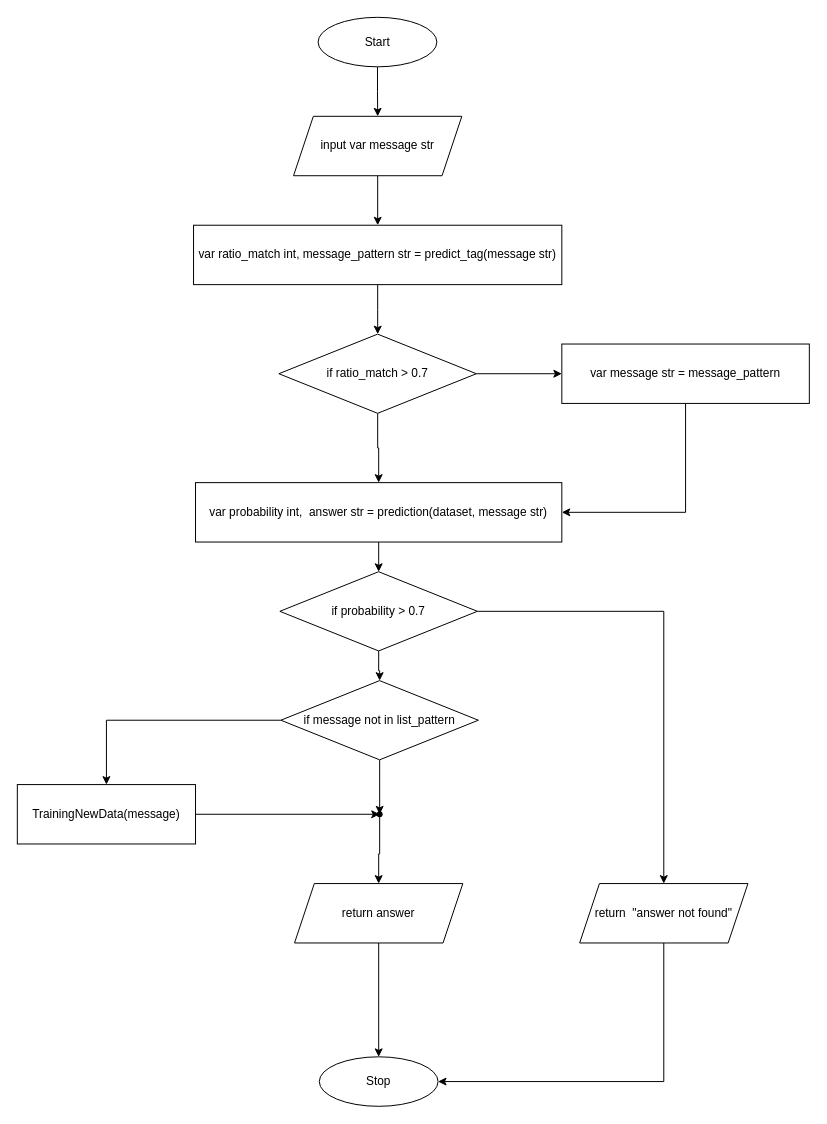
alipbudiman/asset keeps this draw.io diagram as page "Halaman-2" (2 of 2) of Diagram Tanpa Judul.drawio. Above is the earlier version. Source tidied: cells renumbered, new cells numbered last; positions are measured from the earlier drawing's top-left corner, leaving out a move shared by most shapes. Both pictures are drawn from the tidied source at 99%, with x=0, y=0 at pixel (17, 17).
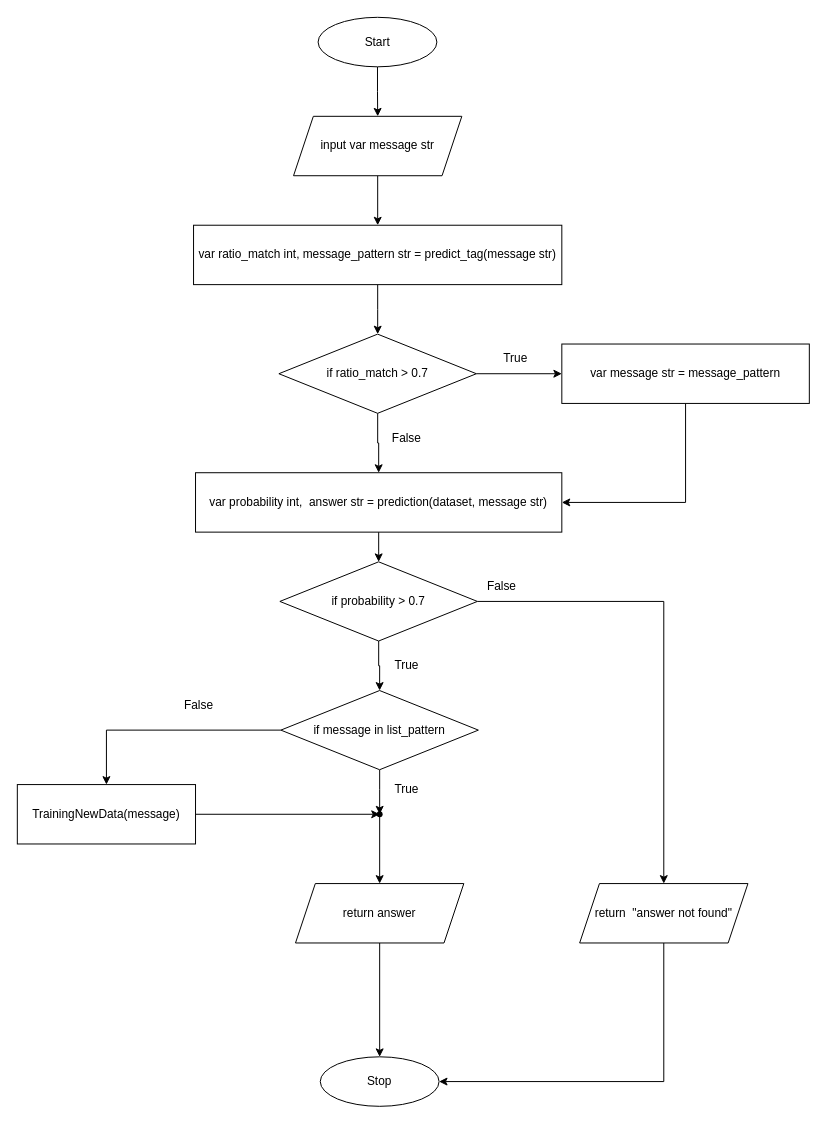
Above is the later version.

Commit message:
Pemutakhiran Diagram Tanpa Judul2.drawio

Diff of the diagram source:
```diff
@@
     <mxCell id="12" value="var probability int,&amp;nbsp; answer str = prediction(dataset, message str)" style="rounded=0;whiteSpace=wrap;html=1;" parent="1" vertex="1">
-      <mxGeometry x="180" y="470" width="370" height="60" as="geometry" />
+      <mxGeometry x="180" y="460" width="370" height="60" as="geometry" />
     </mxCell>
@@
     <mxCell id="15" value="if probability &amp;gt; 0.7" style="rhombus;whiteSpace=wrap;html=1;" parent="1" vertex="1">
-      <mxGeometry x="265.2" y="560" width="199.5" height="80" as="geometry" />
+      <mxGeometry x="265.2" y="550" width="199.5" height="80" as="geometry" />
     </mxCell>
@@
-    <mxCell id="18" value="if message not in list_pattern" style="rhombus;whiteSpace=wrap;html=1;" parent="1" vertex="1">
-      <mxGeometry x="266.2" y="670" width="199.5" height="80" as="geometry" />
+    <mxCell id="18" value="if message in list_pattern" style="rhombus;whiteSpace=wrap;html=1;" parent="1" vertex="1">
+      <mxGeometry x="266.2" y="680" width="199.5" height="80" as="geometry" />
     </mxCell>
@@
     <mxCell id="20" value="return answer" style="shape=parallelogram;perimeter=parallelogramPerimeter;whiteSpace=wrap;html=1;fixedSize=1;" parent="1" vertex="1">
-      <mxGeometry x="280" y="875" width="170" height="60" as="geometry" />
+      <mxGeometry x="281" y="875" width="170" height="60" as="geometry" />
     </mxCell>
@@
     <mxCell id="29" value="Stop" style="ellipse;whiteSpace=wrap;html=1;" parent="1" vertex="1">
-      <mxGeometry x="305" y="1050" width="120" height="50" as="geometry" />
+      <mxGeometry x="306" y="1050" width="120" height="50" as="geometry" />
     </mxCell>
+    <mxCell id="30" value="False" style="text;html=1;align=center;verticalAlign=middle;strokeColor=none;fillColor=none;" parent="1" vertex="1">
+      <mxGeometry x="368" y="410" width="50" height="30" as="geometry" />
+    </mxCell>
+    <mxCell id="31" value="True" style="text;html=1;align=center;verticalAlign=middle;strokeColor=none;fillColor=none;" parent="1" vertex="1">
+      <mxGeometry x="478" y="330" width="50" height="30" as="geometry" />
+    </mxCell>
+    <mxCell id="32" value="False" style="text;html=1;align=center;verticalAlign=middle;strokeColor=none;fillColor=none;" parent="1" vertex="1">
+      <mxGeometry x="463.8" y="560" width="50" height="30" as="geometry" />
+    </mxCell>
+    <mxCell id="33" value="True" style="text;html=1;align=center;verticalAlign=middle;strokeColor=none;fillColor=none;" parent="1" vertex="1">
+      <mxGeometry x="368" y="640" width="50" height="30" as="geometry" />
+    </mxCell>
+    <mxCell id="34" value="False" style="text;html=1;align=center;verticalAlign=middle;strokeColor=none;fillColor=none;" parent="1" vertex="1">
+      <mxGeometry x="158" y="680" width="50" height="30" as="geometry" />
+    </mxCell>
+    <mxCell id="35" value="True" style="text;html=1;align=center;verticalAlign=middle;strokeColor=none;fillColor=none;" parent="1" vertex="1">
+      <mxGeometry x="368" y="765" width="50" height="30" as="geometry" />
+    </mxCell>
```
